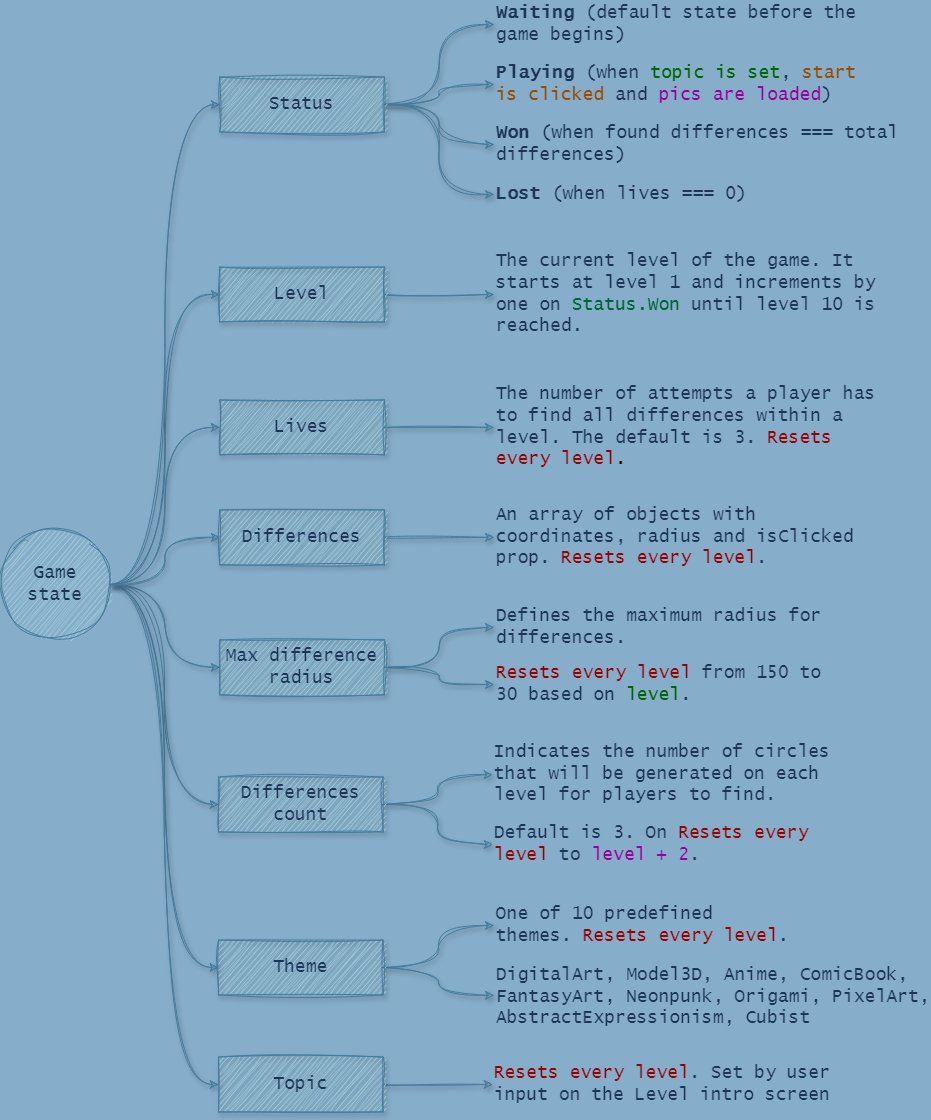
vasilyoshev/ai-assistant keeps this draw.io diagram as ftd-game-state.png. Above is the earlier version. Source tidied: cells renumbered, new cells last; positions are measured from the earlier drawing's top-left corner, leaving out a move shared by most shapes.
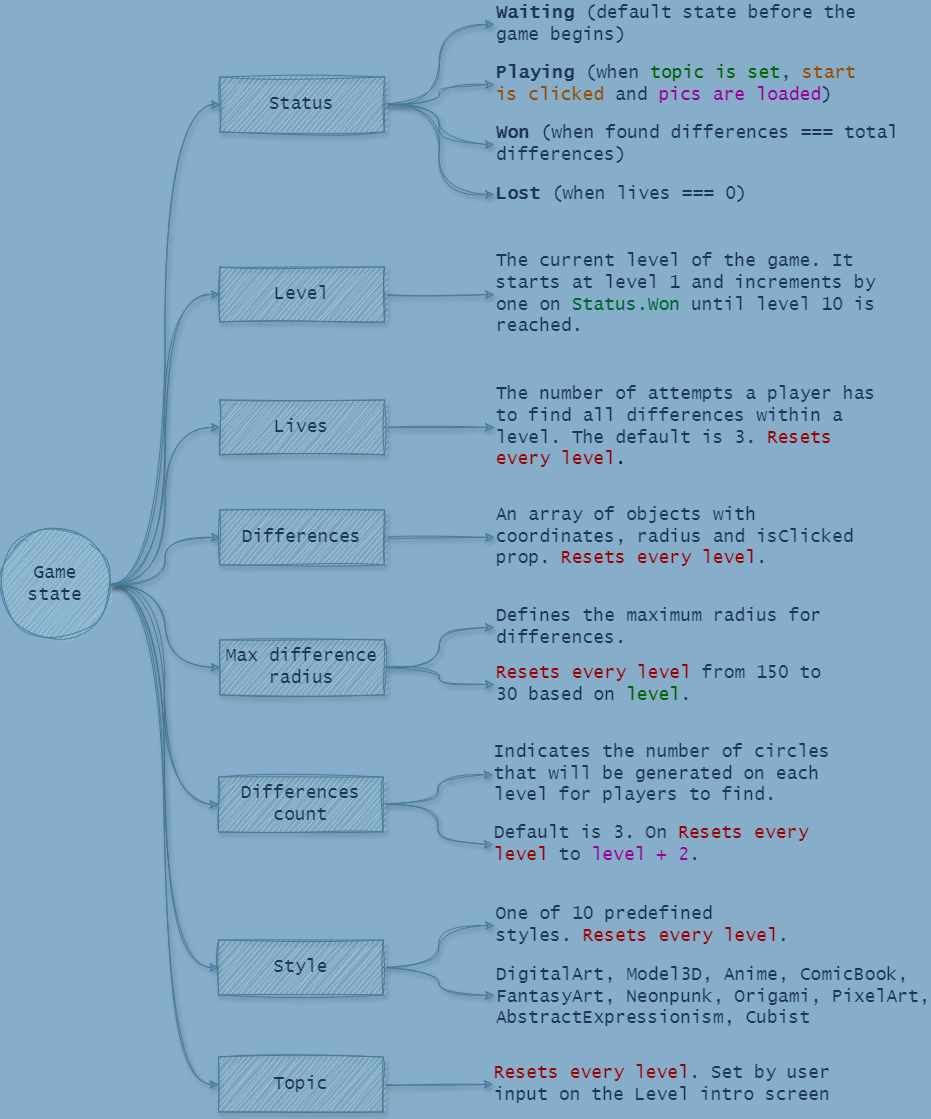
The same file after the commit.

The edit, as a diff of the source:
```diff
@@ -128,7 +128,7 @@
     <mxCell id="43" value="Differences" style="rounded=0;whiteSpace=wrap;html=1;hachureGap=4;fontFamily=Lucida Console;fillColor=#A8DADC;strokeColor=#457B9D;fontColor=#1D3557;labelBackgroundColor=none;fontSize=18;strokeWidth=1;shadow=1;sketch=1;curveFitting=1;jiggle=2;" parent="1" vertex="1">
       <mxGeometry x="219.4" y="505.5" width="164.5" height="54.8" as="geometry" />
     </mxCell>
-    <mxCell id="44" value="Theme" style="rounded=0;whiteSpace=wrap;html=1;hachureGap=4;fontFamily=Lucida Console;fillColor=#A8DADC;strokeColor=#457B9D;fontColor=#1D3557;labelBackgroundColor=none;fontSize=18;strokeWidth=1;shadow=1;sketch=1;curveFitting=1;jiggle=2;" parent="1" vertex="1">
+    <mxCell id="44" value="Style" style="rounded=0;whiteSpace=wrap;html=1;hachureGap=4;fontFamily=Lucida Console;fillColor=#A8DADC;strokeColor=#457B9D;fontColor=#1D3557;labelBackgroundColor=none;fontSize=18;strokeWidth=1;shadow=1;sketch=1;curveFitting=1;jiggle=2;" parent="1" vertex="1">
       <mxGeometry x="218" y="935.6" width="164.5" height="54.8" as="geometry" />
     </mxCell>
     <mxCell id="45" value="Lives" style="rounded=0;whiteSpace=wrap;html=1;hachureGap=4;fontFamily=Lucida Console;fillColor=#A8DADC;strokeColor=#457B9D;fontColor=#1D3557;labelBackgroundColor=none;fontSize=18;strokeWidth=1;shadow=1;sketch=1;curveFitting=1;jiggle=2;" parent="1" vertex="1">
@@ -137,7 +137,7 @@
     <mxCell id="46" style="group;" parent="1" vertex="1">
       <mxGeometry x="493.5" y="900" width="397.6" height="126" as="geometry" />
     </mxCell>
-    <mxCell id="47" value="One of 10 predefined themes.&amp;nbsp;&lt;span style=&quot;color: rgb(153, 0, 0);&quot;&gt;Resets every level&lt;/span&gt;." style="text;html=1;align=left;verticalAlign=middle;whiteSpace=wrap;rounded=0;fontFamily=Lucida Console;fontColor=#1D3557;labelBackgroundColor=none;fontSize=18;strokeWidth=1;shadow=1;sketch=1;curveFitting=1;jiggle=2;" parent="46" vertex="1">
+    <mxCell id="47" value="One of 10 predefined styles.&amp;nbsp;&lt;span style=&quot;color: rgb(153, 0, 0);&quot;&gt;Resets every level&lt;/span&gt;." style="text;html=1;align=left;verticalAlign=middle;whiteSpace=wrap;rounded=0;fontFamily=Lucida Console;fontColor=#1D3557;labelBackgroundColor=none;fontSize=18;strokeWidth=1;shadow=1;sketch=1;curveFitting=1;jiggle=2;" parent="46" vertex="1">
       <mxGeometry width="342.7" height="42" as="geometry" />
     </mxCell>
     <mxCell id="48" value="&lt;div style=&quot;font-size: 18px;&quot;&gt;DigitalArt&lt;span style=&quot;background-color: initial; font-size: 18px;&quot;&gt;,&amp;nbsp;&lt;/span&gt;&lt;span style=&quot;background-color: initial; font-size: 18px;&quot;&gt;Model3D&lt;/span&gt;&lt;span style=&quot;background-color: initial; font-size: 18px;&quot;&gt;,&amp;nbsp;&lt;/span&gt;&lt;span style=&quot;background-color: initial; font-size: 18px;&quot;&gt;Anime&lt;/span&gt;&lt;span style=&quot;background-color: initial; font-size: 18px;&quot;&gt;,&amp;nbsp;&lt;/span&gt;&lt;span style=&quot;background-color: initial; font-size: 18px;&quot;&gt;ComicBook&lt;/span&gt;&lt;span style=&quot;background-color: initial; font-size: 18px;&quot;&gt;,&lt;/span&gt;&lt;/div&gt;&lt;div style=&quot;font-size: 18px;&quot;&gt;&lt;span style=&quot;background-color: initial; font-size: 18px;&quot;&gt;FantasyArt&lt;/span&gt;&lt;span style=&quot;background-color: initial; font-size: 18px;&quot;&gt;,&amp;nbsp;&lt;/span&gt;&lt;span style=&quot;background-color: initial; font-size: 18px;&quot;&gt;Neonpunk&lt;/span&gt;&lt;span style=&quot;background-color: initial; font-size: 18px;&quot;&gt;,&amp;nbsp;&lt;/span&gt;&lt;span style=&quot;background-color: initial; font-size: 18px;&quot;&gt;Origami&lt;/span&gt;&lt;span style=&quot;background-color: initial; font-size: 18px;&quot;&gt;,&amp;nbsp;&lt;/span&gt;&lt;span style=&quot;background-color: initial; font-size: 18px;&quot;&gt;PixelArt&lt;/span&gt;&lt;span style=&quot;background-color: initial; font-size: 18px;&quot;&gt;,&lt;/span&gt;&lt;/div&gt;&lt;div style=&quot;font-size: 18px;&quot;&gt;&lt;span style=&quot;background-color: initial; font-size: 18px;&quot;&gt;AbstractExpressionism,&amp;nbsp;&lt;/span&gt;&lt;span style=&quot;background-color: initial; font-size: 18px;&quot;&gt;Cubist&lt;/span&gt;&lt;/div&gt;" style="text;html=1;align=left;verticalAlign=middle;whiteSpace=wrap;rounded=0;fontFamily=Lucida Console;fontColor=#1D3557;labelBackgroundColor=none;fontSize=18;strokeWidth=1;shadow=1;sketch=1;curveFitting=1;jiggle=2;" parent="46" vertex="1">
```
